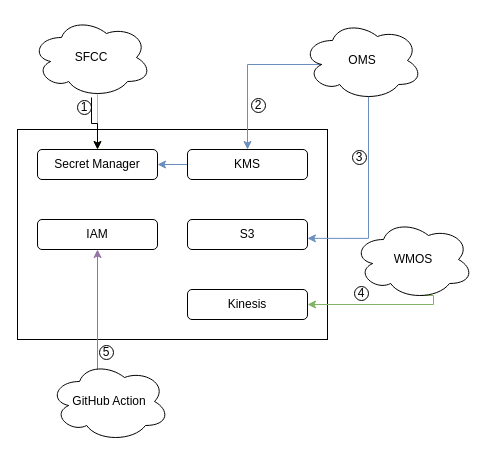
Before: Promise与其他服务交互图.drawio in wangpengming/drawio, a draw.io diagram. Source tidied: cells renumbered, new cells numbered last; positions are measured from the earlier drawing's top-left corner, leaving out a move shared by most shapes. Both pictures are drawn from the tidied source at 100%, with x=0, y=0 at pixel (17, 17).
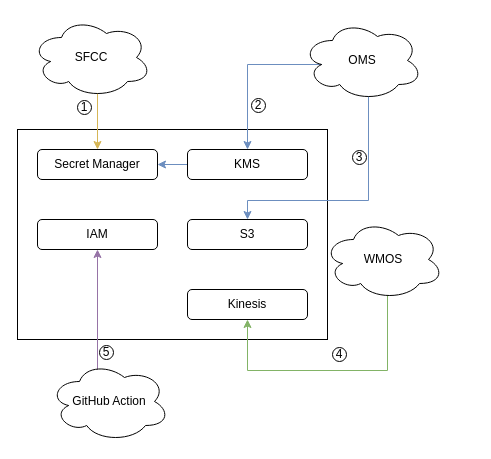
The same diagram, later.

Commit message (it also covers changes not shown here):
更新Promise与其他服务交互图.drawio

Unchanged cells that the change refers to:
```xml
<mxCell id="3" value="Secret Manager" style="rounded=1;whiteSpace=wrap;html=1;fillColor=none;" parent="1" vertex="1">
  <mxGeometry x="20" y="132" width="120" height="30" as="geometry" />
</mxCell>
<mxCell id="7" value="S3" style="rounded=1;whiteSpace=wrap;html=1;fillColor=none;" parent="1" vertex="1">
  <mxGeometry x="170" y="202" width="120" height="30" as="geometry" />
</mxCell>
<mxCell id="8" value="Kinesis" style="rounded=1;whiteSpace=wrap;html=1;fillColor=none;" parent="1" vertex="1">
  <mxGeometry x="170" y="272" width="120" height="30" as="geometry" />
</mxCell>
<mxCell id="11" value="SFCC" style="ellipse;shape=cloud;whiteSpace=wrap;html=1;fillColor=none;" parent="1" vertex="1">
  <mxGeometry x="14" width="120" height="80" as="geometry" />
</mxCell>
<mxCell id="14" value="OMS" style="ellipse;shape=cloud;whiteSpace=wrap;html=1;fillColor=none;" parent="1" vertex="1">
  <mxGeometry x="285" y="3" width="120" height="80" as="geometry" />
</mxCell>
```

Diff of the diagram source:
```diff
@@
-    <mxCell id="10" style="edgeStyle=orthogonalEdgeStyle;rounded=0;jettySize=auto;html=1;" parent="1" edge="1" source="11" target="3">
-      <mxGeometry relative="1" as="geometry" />
-    </mxCell>
@@
-    <mxCell id="13" style="edgeStyle=orthogonalEdgeStyle;rounded=0;jettySize=auto;html=1;exitX=0.55;exitY=0.95;exitDx=0;exitDy=0;exitPerimeter=0;entryX=0.999;entryY=0.629;entryDx=0;entryDy=0;entryPerimeter=0;fillColor=#dae8fc;strokeColor=#6c8ebf;" parent="1" edge="1" source="14" target="7">
-      <mxGeometry relative="1" as="geometry" />
+    <mxCell id="13" style="edgeStyle=orthogonalEdgeStyle;rounded=0;jettySize=auto;html=1;exitX=0.55;exitY=0.95;exitDx=0;exitDy=0;exitPerimeter=0;entryX=0.5;entryY=0;entryDx=0;entryDy=0;fillColor=#dae8fc;strokeColor=#6c8ebf;" parent="1" edge="1" source="14" target="7">
+      <mxGeometry relative="1" as="geometry">
+        <Array as="points">
+          <mxPoint x="351" y="183" />
+          <mxPoint x="230" y="183" />
+        </Array>
+      </mxGeometry>
     </mxCell>
@@
-    <mxCell id="15" style="edgeStyle=orthogonalEdgeStyle;rounded=0;jettySize=auto;html=1;exitX=0.55;exitY=0.95;exitDx=0;exitDy=0;exitPerimeter=0;entryX=1;entryY=0.5;entryDx=0;entryDy=0;fillColor=#d5e8d4;strokeColor=#82b366;" parent="1" edge="1" source="16" target="8">
+    <mxCell id="15" style="edgeStyle=orthogonalEdgeStyle;rounded=0;jettySize=auto;html=1;exitX=0.55;exitY=0.95;exitDx=0;exitDy=0;exitPerimeter=0;entryX=0.5;entryY=1;entryDx=0;entryDy=0;fillColor=#d5e8d4;strokeColor=#82b366;" parent="1" edge="1" source="16" target="8">
       <mxGeometry relative="1" as="geometry">
         <Array as="points">
-          <mxPoint x="416" y="287" />
+          <mxPoint x="370" y="278" />
+          <mxPoint x="370" y="353" />
+          <mxPoint x="230" y="353" />
         </Array>
       </mxGeometry>
     </mxCell>
     <mxCell id="16" value="WMOS" style="ellipse;shape=cloud;whiteSpace=wrap;html=1;fillColor=none;" parent="1" vertex="1">
-      <mxGeometry x="336" y="202" width="120" height="80" as="geometry" />
+      <mxGeometry x="306" y="202" width="120" height="80" as="geometry" />
     </mxCell>
@@
     <mxCell id="22" value="4" style="ellipse;whiteSpace=wrap;html=1;fillColor=none;" parent="1" vertex="1">
-      <mxGeometry x="337" y="269" width="14" height="14" as="geometry" />
+      <mxGeometry x="315" y="330" width="14" height="14" as="geometry" />
     </mxCell>
```
